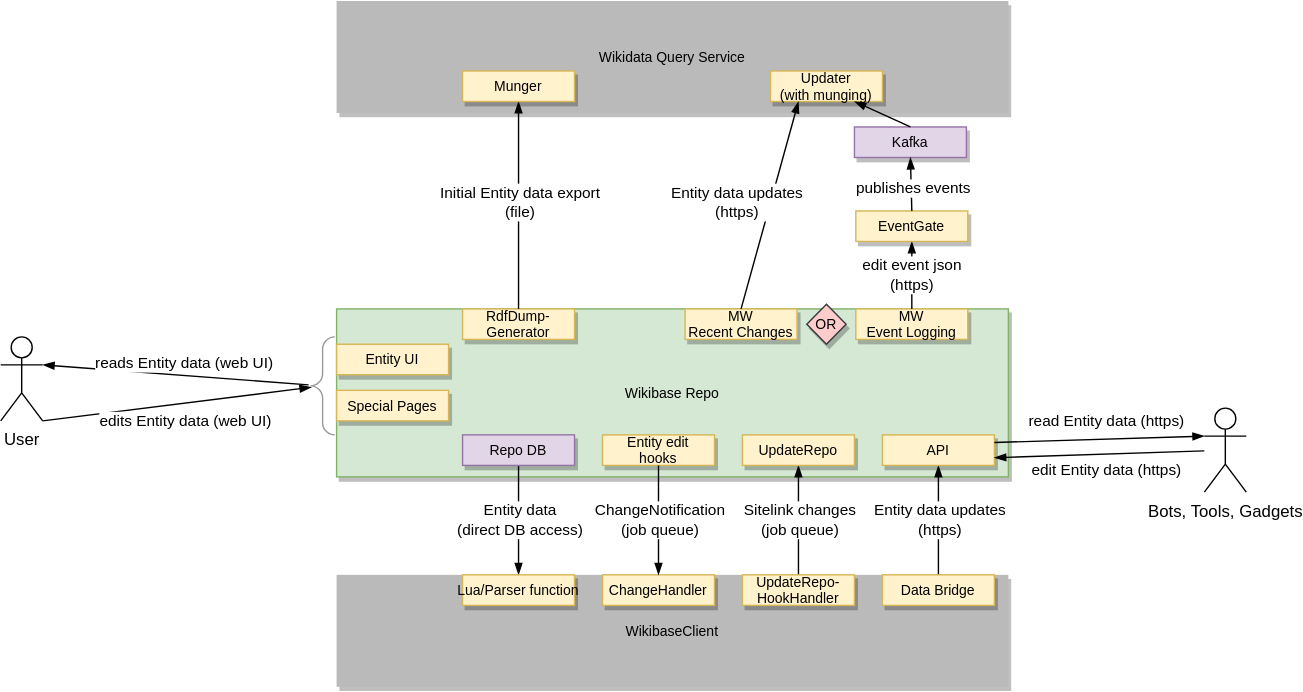
Earlier version of the draw.io export systems/WikibaseRepo/diagrams/03-technical-context.drawio.svg (wmde/wikidata-wikibase-architecture). Source tidied: cells renumbered, new cells last; positions are measured from the earlier drawing's top-left corner, leaving out a move shared by most shapes.
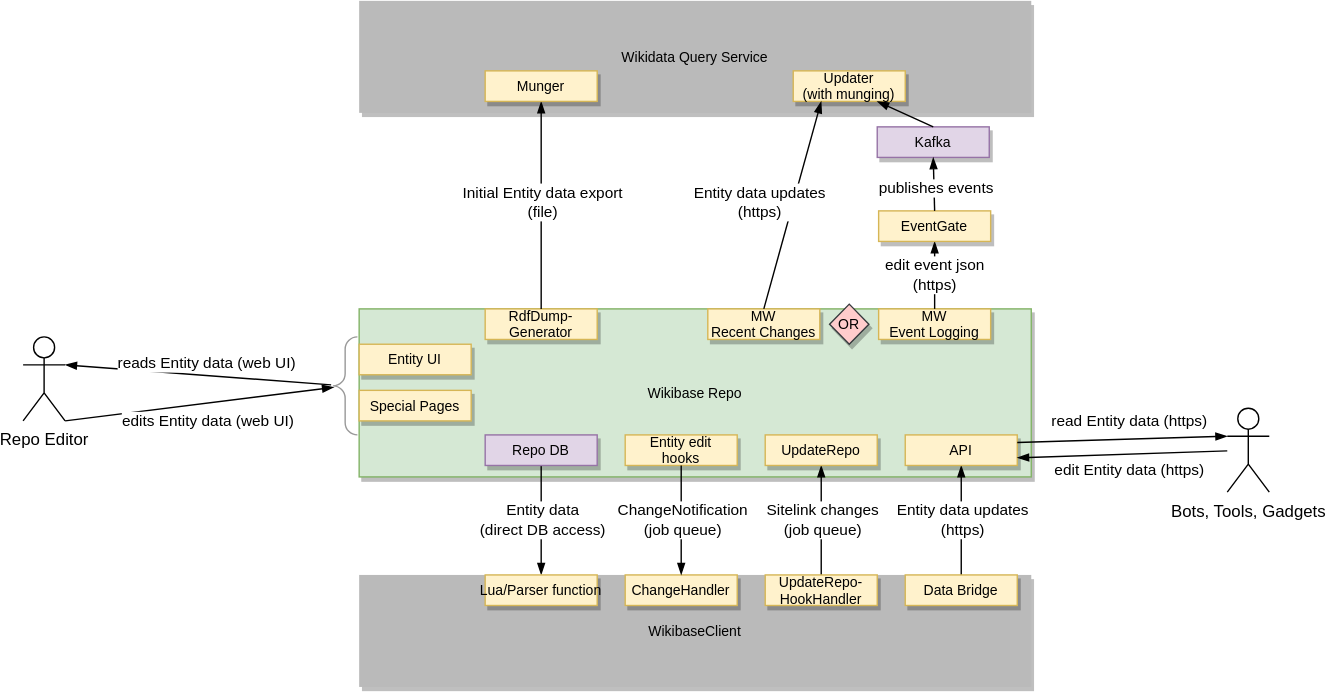
The same diagram one commit later.

Change to the diagram source:
```diff
@@ -86,7 +86,7 @@
     <mxCell id="25" value="Entity UI" style="rounded=0;shadow=1;fontSize=10;strokeColor=#d6b656;direction=west;fillColor=#fff2cc;" parent="1" vertex="1">
       <mxGeometry x="240" y="245.2" width="80" height="21.8" as="geometry" />
     </mxCell>
-    <mxCell id="26" value="User" style="shape=umlActor;verticalLabelPosition=bottom;verticalAlign=top;html=1;outlineConnect=0;" parent="1" vertex="1">
+    <mxCell id="26" value="Repo Editor" style="shape=umlActor;verticalLabelPosition=bottom;verticalAlign=top;html=1;outlineConnect=0;" parent="1" vertex="1">
       <mxGeometry y="240" width="30" height="60" as="geometry" />
     </mxCell>
     <mxCell id="27" style="endArrow=none;strokeColor=#000000;fontSize=10;fontColor=#000000;strokeWidth=1;endFill=0;exitX=1;exitY=0.3333333333333333;exitDx=0;exitDy=0;exitPerimeter=0;startArrow=blockThin;startFill=1;" parent="1" edge="1" source="26" target="49">
```
